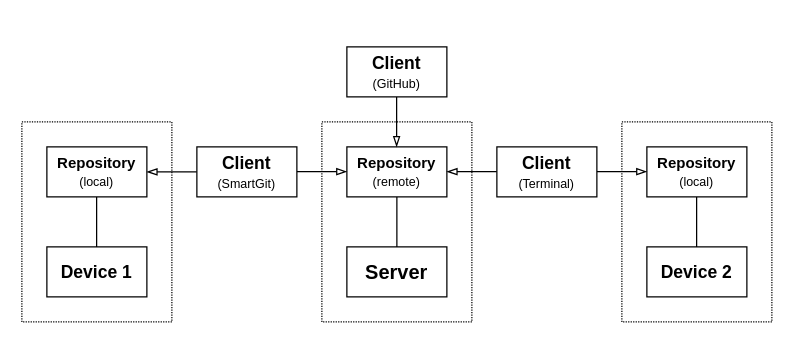
Above: projects/examples/source/01.03.01.drawio in i-s-m-mipt/Education (draw.io), before the change. Source tidied: cells renumbered, new cells numbered last; positions are measured from the earlier drawing's top-left corner, leaving out a move shared by most shapes. Both pictures are drawn from the tidied source at 125%, with x=0, y=0 at pixel (21, 46).
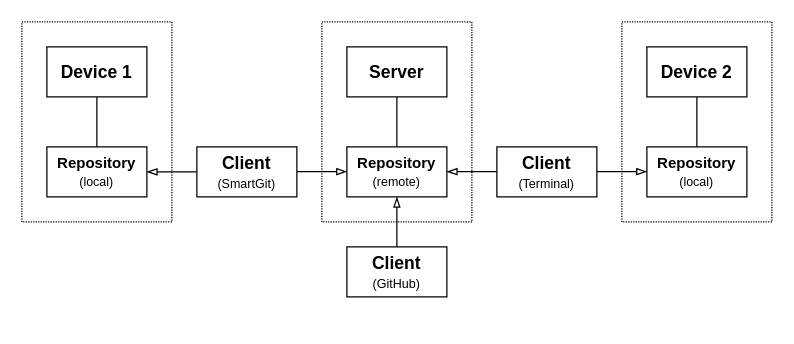
The same diagram, later.

Unchanged cells that the change refers to:
```xml
<mxCell id="7" value="&lt;b style=&quot;background-color: transparent; color: light-dark(rgb(0, 0, 0), rgb(255, 255, 255));&quot;&gt;Repository&lt;/b&gt;&lt;div&gt;&lt;span style=&quot;background-color: transparent; color: light-dark(rgb(0, 0, 0), rgb(255, 255, 255));&quot;&gt;&lt;font style=&quot;font-size: 10px;&quot;&gt;(local)&lt;/font&gt;&lt;/span&gt;&lt;/div&gt;" style="rounded=0;whiteSpace=wrap;html=1;fillColor=none;" parent="1" vertex="1">
  <mxGeometry x="20" y="80" width="80" height="40" as="geometry" />
</mxCell>
<mxCell id="19" value="&lt;b style=&quot;background-color: transparent; color: light-dark(rgb(0, 0, 0), rgb(255, 255, 255));&quot;&gt;Repository&lt;/b&gt;&lt;div&gt;&lt;span style=&quot;background-color: transparent; color: light-dark(rgb(0, 0, 0), rgb(255, 255, 255));&quot;&gt;&lt;font style=&quot;font-size: 10px;&quot;&gt;(local)&lt;/font&gt;&lt;/span&gt;&lt;/div&gt;" style="rounded=0;whiteSpace=wrap;html=1;fillColor=none;" parent="1" vertex="1">
  <mxGeometry x="500" y="80" width="80" height="40" as="geometry" />
</mxCell>
<mxCell id="20" value="&lt;b style=&quot;background-color: transparent; color: light-dark(rgb(0, 0, 0), rgb(255, 255, 255));&quot;&gt;Repository&lt;/b&gt;&lt;div&gt;&lt;span style=&quot;background-color: transparent; color: light-dark(rgb(0, 0, 0), rgb(255, 255, 255));&quot;&gt;&lt;font style=&quot;font-size: 10px;&quot;&gt;(remote)&lt;/font&gt;&lt;/span&gt;&lt;/div&gt;" style="rounded=0;whiteSpace=wrap;html=1;fillColor=none;" parent="1" vertex="1">
  <mxGeometry x="260" y="80" width="80" height="40" as="geometry" />
</mxCell>
```

The edit, as a diff of the source:
```diff
@@
+    <mxCell id="21" style="rounded=0;whiteSpace=wrap;html=1;fillColor=none;dashed=1;dashPattern=1 1;" parent="1" vertex="1">
+      <mxGeometry x="240" y="-20" width="120" height="160" as="geometry" />
+    </mxCell>
     <mxCell id="2" style="rounded=0;whiteSpace=wrap;html=1;fillColor=none;dashed=1;dashPattern=1 1;" parent="1" vertex="1">
-      <mxGeometry y="60" width="120" height="160" as="geometry" />
+      <mxGeometry y="-20" width="120" height="160" as="geometry" />
     </mxCell>
     <mxCell id="3" style="rounded=0;whiteSpace=wrap;html=1;fillColor=none;dashed=1;dashPattern=1 1;" parent="1" vertex="1">
-      <mxGeometry x="480" y="60" width="120" height="160" as="geometry" />
+      <mxGeometry x="480" y="-20" width="120" height="160" as="geometry" />
     </mxCell>
     <mxCell id="4" value="&lt;font face=&quot;Helvetica&quot; style=&quot;font-size: 14px;&quot;&gt;&lt;b style=&quot;&quot;&gt;Device 1&lt;/b&gt;&lt;/font&gt;" style="rounded=0;whiteSpace=wrap;html=1;" parent="1" vertex="1">
-      <mxGeometry x="20" y="160" width="80" height="40" as="geometry" />
+      <mxGeometry x="20" width="80" height="40" as="geometry" />
     </mxCell>
     <mxCell id="5" value="&lt;font face=&quot;Helvetica&quot; style=&quot;font-size: 14px;&quot;&gt;&lt;b style=&quot;&quot;&gt;Device 2&lt;/b&gt;&lt;/font&gt;" style="rounded=0;whiteSpace=wrap;html=1;" parent="1" vertex="1">
-      <mxGeometry x="500" y="160" width="80" height="40" as="geometry" />
+      <mxGeometry x="500" width="80" height="40" as="geometry" />
     </mxCell>
-    <mxCell id="6" value="&lt;font style=&quot;font-size: 16px;&quot;&gt;&lt;b style=&quot;&quot;&gt;Server&lt;/b&gt;&lt;/font&gt;" style="rounded=0;whiteSpace=wrap;html=1;" parent="1" vertex="1">
-      <mxGeometry x="260" y="160" width="80" height="40" as="geometry" />
+    <mxCell id="6" value="&lt;font style=&quot;font-size: 14px;&quot;&gt;&lt;b style=&quot;&quot;&gt;Server&lt;/b&gt;&lt;/font&gt;" style="rounded=0;whiteSpace=wrap;html=1;" parent="1" vertex="1">
+      <mxGeometry x="260" width="80" height="40" as="geometry" />
     </mxCell>
@@
-    <mxCell id="8" style="endArrow=none;html=1;rounded=0;strokeWidth=1;" parent="1" edge="1">
-      <mxGeometry relative="1" as="geometry">
-        <mxPoint x="59.8" y="120" as="sourcePoint" />
-        <mxPoint x="59.8" y="160" as="targetPoint" />
-      </mxGeometry>
+    <mxCell id="8" style="endArrow=none;html=1;rounded=0;strokeWidth=1;exitX=0.5;exitY=1;exitDx=0;exitDy=0;entryX=0.5;entryY=0;entryDx=0;entryDy=0;" parent="1" edge="1" source="4" target="7">
+      <mxGeometry relative="1" as="geometry" />
     </mxCell>
-    <mxCell id="9" style="endArrow=none;html=1;rounded=0;strokeWidth=1;" parent="1" edge="1">
-      <mxGeometry relative="1" as="geometry">
-        <mxPoint x="539.8" y="120" as="sourcePoint" />
-        <mxPoint x="539.8" y="160" as="targetPoint" />
-      </mxGeometry>
+    <mxCell id="9" style="endArrow=none;html=1;rounded=0;strokeWidth=1;exitX=0.5;exitY=1;exitDx=0;exitDy=0;entryX=0.5;entryY=0;entryDx=0;entryDy=0;" parent="1" edge="1" source="5" target="19">
+      <mxGeometry relative="1" as="geometry" />
     </mxCell>
-    <mxCell id="10" style="endArrow=none;html=1;rounded=0;entryX=0.5;entryY=0;entryDx=0;entryDy=0;strokeWidth=1;" parent="1" edge="1" target="6">
-      <mxGeometry relative="1" as="geometry">
-        <mxPoint x="300" y="120" as="sourcePoint" />
-      </mxGeometry>
+    <mxCell id="10" style="endArrow=none;html=1;rounded=0;entryX=0.5;entryY=1;entryDx=0;entryDy=0;strokeWidth=1;exitX=0.5;exitY=0;exitDx=0;exitDy=0;" parent="1" edge="1" source="20" target="6">
+      <mxGeometry relative="1" as="geometry" />
     </mxCell>
@@
-    <mxCell id="17" style="endArrow=blockThin;html=1;rounded=0;exitX=0.5;exitY=1;exitDx=0;exitDy=0;endFill=0;" parent="1" edge="1">
-      <mxGeometry relative="1" as="geometry">
-        <mxPoint x="299.8" y="40" as="sourcePoint" />
-        <mxPoint x="299.8" y="80" as="targetPoint" />
-      </mxGeometry>
+    <mxCell id="17" style="endArrow=blockThin;html=1;rounded=0;exitX=0.5;exitY=0;exitDx=0;exitDy=0;endFill=0;entryX=0.5;entryY=1;entryDx=0;entryDy=0;" parent="1" edge="1" source="18" target="20">
+      <mxGeometry relative="1" as="geometry" />
     </mxCell>
     <mxCell id="18" value="&lt;font face=&quot;Helvetica&quot;&gt;&lt;b style=&quot;&quot;&gt;&lt;font style=&quot;font-size: 14px;&quot;&gt;Client&lt;/font&gt;&lt;/b&gt;&lt;/font&gt;&lt;div&gt;&lt;span style=&quot;font-size: 10px; background-color: transparent; color: light-dark(rgb(0, 0, 0), rgb(255, 255, 255));&quot;&gt;(GitHub)&lt;/span&gt;&lt;/div&gt;" style="rounded=0;whiteSpace=wrap;html=1;" parent="1" vertex="1">
-      <mxGeometry x="260" width="80" height="40" as="geometry" />
+      <mxGeometry x="260" y="160" width="80" height="40" as="geometry" />
     </mxCell>
@@
-    <mxCell id="21" style="rounded=0;whiteSpace=wrap;html=1;fillColor=none;dashed=1;dashPattern=1 1;" parent="1" vertex="1">
-      <mxGeometry x="240" y="60" width="120" height="160" as="geometry" />
-    </mxCell>
```
